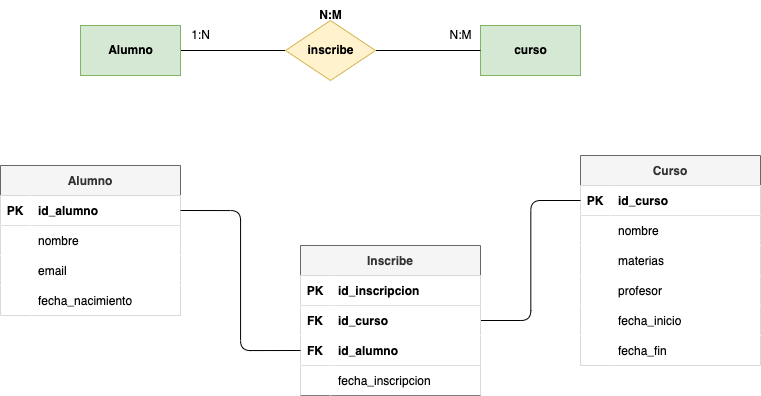
Before: tareas/tarea-3/images/ejercicio6.drawio.png, a diagram exported from draw.io (deylansystem/actividadesBAE). Source tidied: cells renumbered, new cells last; positions are measured from the earlier drawing's top-left corner, leaving out a move shared by most shapes. Its diagram source:
```xml
<mxGraphModel>
  <root>
    <mxCell id="0" />
    <mxCell id="1" parent="0" />
    <mxCell id="2" style="edgeStyle=none;html=1;exitX=1;exitY=0.5;exitDx=0;exitDy=0;entryX=0;entryY=0.5;entryDx=0;entryDy=0;endArrow=none;endFill=0;" parent="1" edge="1" source="3" target="6">
      <mxGeometry relative="1" as="geometry" />
    </mxCell>
    <mxCell id="3" value="&lt;b&gt;&lt;font color=&quot;#000000&quot;&gt;Alumno&lt;/font&gt;&lt;/b&gt;" style="html=1;dashed=0;whitespace=wrap;fillColor=#d5e8d4;strokeColor=#82b366;" parent="1" vertex="1">
      <mxGeometry x="80" y="25" width="100" height="50" as="geometry" />
    </mxCell>
    <mxCell id="4" value="&lt;b&gt;&lt;font color=&quot;#000000&quot;&gt;curso&lt;/font&gt;&lt;/b&gt;" style="html=1;dashed=0;whitespace=wrap;fillColor=#d5e8d4;strokeColor=#82b366;" parent="1" vertex="1">
      <mxGeometry x="480" y="25" width="100" height="50" as="geometry" />
    </mxCell>
    <mxCell id="5" style="edgeStyle=none;html=1;exitX=1;exitY=0.5;exitDx=0;exitDy=0;entryX=0;entryY=0.5;entryDx=0;entryDy=0;endArrow=none;endFill=0;" parent="1" edge="1" source="6" target="4">
      <mxGeometry relative="1" as="geometry" />
    </mxCell>
    <mxCell id="6" value="&lt;font color=&quot;#000000&quot;&gt;&lt;b&gt;inscribe&lt;/b&gt;&lt;/font&gt;" style="shape=rhombus;html=1;dashed=0;whitespace=wrap;perimeter=rhombusPerimeter;fillColor=#fff2cc;strokeColor=#d6b656;" parent="1" vertex="1">
      <mxGeometry x="285" y="20" width="90" height="60" as="geometry" />
    </mxCell>
    <mxCell id="7" value="&lt;b&gt;N:M&lt;/b&gt;" style="text;html=1;align=center;verticalAlign=middle;strokeColor=none;fillColor=none;" parent="1" vertex="1">
      <mxGeometry x="305" width="50" height="30" as="geometry" />
    </mxCell>
    <mxCell id="8" value="1:N" style="text;html=1;align=center;verticalAlign=middle;strokeColor=none;fillColor=none;" parent="1" vertex="1">
      <mxGeometry x="180" y="20" width="40" height="30" as="geometry" />
    </mxCell>
    <mxCell id="9" value="N:M" style="text;html=1;align=center;verticalAlign=middle;strokeColor=none;fillColor=none;" parent="1" vertex="1">
      <mxGeometry x="435" y="20" width="50" height="30" as="geometry" />
    </mxCell>
    <mxCell id="10" value="Alumno" style="shape=table;startSize=30;rowLines=0;fontStyle=1;align=center;fillColor=#f5f5f5;strokeColor=#666666;fontColor=#333333;" parent="1" vertex="1">
      <mxGeometry y="165" width="180" height="150" as="geometry" />
    </mxCell>
    <mxCell id="11" style="shape=tableRow;horizontal=0;startSize=0;swimlaneHead=0;swimlaneBody=0;fillColor=#FFFFFF;points=[[0,0.5],[1,0.5]];portConstraint=eastwest;top=0;left=0;right=0;bottom=1;fontColor=#000000;" parent="10" vertex="1">
      <mxGeometry y="30" width="180" height="30" as="geometry" />
    </mxCell>
    <mxCell id="12" value="PK" style="shape=partialRectangle;fillColor=#FFFFFF;top=0;left=0;bottom=0;right=0;fontStyle=1;overflow=hidden;fontColor=#000000;" parent="11" vertex="1">
      <mxGeometry width="30" height="30" as="geometry" />
    </mxCell>
    <mxCell id="13" value="id_alumno" style="shape=partialRectangle;fillColor=#FFFFFF;top=0;left=0;bottom=0;right=0;align=left;spacingLeft=6;fontStyle=1;overflow=hidden;fontColor=#000000;" parent="11" vertex="1">
      <mxGeometry x="30" width="150" height="30" as="geometry" />
    </mxCell>
    <mxCell id="14" style="shape=tableRow;horizontal=0;startSize=0;swimlaneHead=0;swimlaneBody=0;fillColor=#FFFFFF;top=0;left=0;right=0;bottom=0;fontColor=#000000;" parent="10" vertex="1">
      <mxGeometry y="60" width="180" height="30" as="geometry" />
    </mxCell>
    <mxCell id="15" style="shape=partialRectangle;fillColor=#FFFFFF;top=0;left=0;bottom=0;right=0;overflow=hidden;fontColor=#000000;" parent="14" vertex="1">
      <mxGeometry width="30" height="30" as="geometry" />
    </mxCell>
    <mxCell id="16" value="nombre" style="shape=partialRectangle;fillColor=#FFFFFF;top=0;left=0;bottom=0;right=0;align=left;spacingLeft=6;overflow=hidden;fontColor=#000000;" parent="14" vertex="1">
      <mxGeometry x="30" width="150" height="30" as="geometry" />
    </mxCell>
    <mxCell id="17" style="shape=tableRow;horizontal=0;startSize=0;swimlaneHead=0;swimlaneBody=0;fillColor=#FFFFFF;top=0;left=0;right=0;bottom=0;fontColor=#000000;" parent="10" vertex="1">
      <mxGeometry y="90" width="180" height="30" as="geometry" />
    </mxCell>
    <mxCell id="18" style="shape=partialRectangle;fillColor=#FFFFFF;top=0;left=0;bottom=0;right=0;overflow=hidden;fontColor=#000000;" parent="17" vertex="1">
      <mxGeometry width="30" height="30" as="geometry" />
    </mxCell>
    <mxCell id="19" value="email" style="shape=partialRectangle;fillColor=#FFFFFF;top=0;left=0;bottom=0;right=0;align=left;spacingLeft=6;overflow=hidden;fontColor=#000000;" parent="17" vertex="1">
      <mxGeometry x="30" width="150" height="30" as="geometry" />
    </mxCell>
    <mxCell id="20" style="shape=tableRow;horizontal=0;startSize=0;swimlaneHead=0;swimlaneBody=0;fillColor=#FFFFFF;top=0;left=0;right=0;bottom=0;fontColor=#000000;" parent="10" vertex="1">
      <mxGeometry y="120" width="180" height="30" as="geometry" />
    </mxCell>
    <mxCell id="21" style="shape=partialRectangle;fillColor=#FFFFFF;top=0;left=0;bottom=0;right=0;overflow=hidden;fontColor=#000000;" parent="20" vertex="1">
      <mxGeometry width="30" height="30" as="geometry" />
    </mxCell>
    <mxCell id="22" value="fecha_nacimiento" style="shape=partialRectangle;fillColor=#FFFFFF;top=0;left=0;bottom=0;right=0;align=left;spacingLeft=6;overflow=hidden;fontColor=#000000;" parent="20" vertex="1">
      <mxGeometry x="30" width="150" height="30" as="geometry" />
    </mxCell>
    <mxCell id="23" value="Curso" style="shape=table;startSize=30;rowLines=0;fontStyle=1;align=center;fillColor=#f5f5f5;strokeColor=#666666;fontColor=#333333;" parent="1" vertex="1">
      <mxGeometry x="580" y="155" width="180" height="210" as="geometry" />
    </mxCell>
    <mxCell id="24" style="shape=tableRow;horizontal=0;startSize=0;swimlaneHead=0;swimlaneBody=0;fillColor=#FFFFFF;points=[[0,0.5],[1,0.5]];portConstraint=eastwest;top=0;left=0;right=0;bottom=1;fontColor=#000000;" parent="23" vertex="1">
      <mxGeometry y="30" width="180" height="30" as="geometry" />
    </mxCell>
    <mxCell id="25" value="PK" style="shape=partialRectangle;fillColor=#FFFFFF;top=0;left=0;bottom=0;right=0;fontStyle=1;overflow=hidden;fontColor=#000000;" parent="24" vertex="1">
      <mxGeometry width="30" height="30" as="geometry" />
    </mxCell>
    <mxCell id="26" value="id_curso" style="shape=partialRectangle;fillColor=#FFFFFF;top=0;left=0;bottom=0;right=0;align=left;spacingLeft=6;fontStyle=1;overflow=hidden;fontColor=#000000;" parent="24" vertex="1">
      <mxGeometry x="30" width="150" height="30" as="geometry" />
    </mxCell>
    <mxCell id="27" style="shape=tableRow;horizontal=0;startSize=0;swimlaneHead=0;swimlaneBody=0;fillColor=#FFFFFF;top=0;left=0;right=0;bottom=0;fontColor=#000000;" parent="23" vertex="1">
      <mxGeometry y="60" width="180" height="30" as="geometry" />
    </mxCell>
    <mxCell id="28" style="shape=partialRectangle;fillColor=#FFFFFF;top=0;left=0;bottom=0;right=0;overflow=hidden;fontColor=#000000;" parent="27" vertex="1">
      <mxGeometry width="30" height="30" as="geometry" />
    </mxCell>
    <mxCell id="29" value="nombre" style="shape=partialRectangle;fillColor=#FFFFFF;top=0;left=0;bottom=0;right=0;align=left;spacingLeft=6;overflow=hidden;fontColor=#000000;" parent="27" vertex="1">
      <mxGeometry x="30" width="150" height="30" as="geometry" />
    </mxCell>
    <mxCell id="30" style="shape=tableRow;horizontal=0;startSize=0;swimlaneHead=0;swimlaneBody=0;fillColor=#FFFFFF;top=0;left=0;right=0;bottom=0;fontColor=#000000;" parent="23" vertex="1">
      <mxGeometry y="90" width="180" height="30" as="geometry" />
    </mxCell>
    <mxCell id="31" style="shape=partialRectangle;fillColor=#FFFFFF;top=0;left=0;bottom=0;right=0;overflow=hidden;fontColor=#000000;" parent="30" vertex="1">
      <mxGeometry width="30" height="30" as="geometry" />
    </mxCell>
    <mxCell id="32" value="materias" style="shape=partialRectangle;fillColor=#FFFFFF;top=0;left=0;bottom=0;right=0;align=left;spacingLeft=6;overflow=hidden;fontColor=#000000;" parent="30" vertex="1">
      <mxGeometry x="30" width="150" height="30" as="geometry" />
    </mxCell>
    <mxCell id="33" style="shape=tableRow;horizontal=0;startSize=0;swimlaneHead=0;swimlaneBody=0;fillColor=#FFFFFF;top=0;left=0;right=0;bottom=0;fontColor=#000000;" parent="23" vertex="1">
      <mxGeometry y="120" width="180" height="30" as="geometry" />
    </mxCell>
    <mxCell id="34" style="shape=partialRectangle;fillColor=#FFFFFF;top=0;left=0;bottom=0;right=0;overflow=hidden;fontColor=#000000;" parent="33" vertex="1">
      <mxGeometry width="30" height="30" as="geometry" />
    </mxCell>
    <mxCell id="35" value="profesor" style="shape=partialRectangle;fillColor=#FFFFFF;top=0;left=0;bottom=0;right=0;align=left;spacingLeft=6;overflow=hidden;fontColor=#000000;" parent="33" vertex="1">
      <mxGeometry x="30" width="150" height="30" as="geometry" />
    </mxCell>
    <mxCell id="36" style="shape=tableRow;horizontal=0;startSize=0;swimlaneHead=0;swimlaneBody=0;fillColor=#FFFFFF;top=0;left=0;right=0;bottom=0;fontColor=#000000;" parent="23" vertex="1">
      <mxGeometry y="150" width="180" height="30" as="geometry" />
    </mxCell>
    <mxCell id="37" style="shape=partialRectangle;fillColor=#FFFFFF;top=0;left=0;bottom=0;right=0;overflow=hidden;fontColor=#000000;" parent="36" vertex="1">
      <mxGeometry width="30" height="30" as="geometry" />
    </mxCell>
    <mxCell id="38" value="fecha_inicio" style="shape=partialRectangle;fillColor=#FFFFFF;top=0;left=0;bottom=0;right=0;align=left;spacingLeft=6;overflow=hidden;fontColor=#000000;" parent="36" vertex="1">
      <mxGeometry x="30" width="150" height="30" as="geometry" />
    </mxCell>
    <mxCell id="39" style="shape=tableRow;horizontal=0;startSize=0;swimlaneHead=0;swimlaneBody=0;fillColor=#FFFFFF;top=0;left=0;right=0;bottom=0;fontColor=#000000;" parent="23" vertex="1">
      <mxGeometry y="180" width="180" height="30" as="geometry" />
    </mxCell>
    <mxCell id="40" style="shape=partialRectangle;fillColor=#FFFFFF;top=0;left=0;bottom=0;right=0;overflow=hidden;fontColor=#000000;" parent="39" vertex="1">
      <mxGeometry width="30" height="30" as="geometry" />
    </mxCell>
    <mxCell id="41" value="fecha_fin" style="shape=partialRectangle;fillColor=#FFFFFF;top=0;left=0;bottom=0;right=0;align=left;spacingLeft=6;overflow=hidden;fontColor=#000000;" parent="39" vertex="1">
      <mxGeometry x="30" width="150" height="30" as="geometry" />
    </mxCell>
    <mxCell id="42" style="edgeStyle=elbowEdgeStyle;html=1;exitX=1;exitY=0.5;exitDx=0;exitDy=0;entryX=0;entryY=0.5;entryDx=0;entryDy=0;endArrow=none;endFill=0;" parent="1" edge="1" source="43" target="24">
      <mxGeometry relative="1" as="geometry" />
    </mxCell>
    <mxCell id="43" value="Inscribe" style="shape=table;startSize=30;rowLines=0;fontStyle=1;align=center;fillColor=#f5f5f5;strokeColor=#666666;fontColor=#333333;" parent="1" vertex="1">
      <mxGeometry x="300" y="245" width="180" height="150" as="geometry" />
    </mxCell>
    <mxCell id="44" style="shape=tableRow;horizontal=0;startSize=0;swimlaneHead=0;swimlaneBody=0;fillColor=#FFFFFF;top=0;left=0;right=0;bottom=1;fontColor=#000000;" parent="43" vertex="1">
      <mxGeometry y="30" width="180" height="30" as="geometry" />
    </mxCell>
    <mxCell id="45" value="PK" style="shape=partialRectangle;fillColor=#FFFFFF;top=0;left=0;bottom=0;right=0;fontStyle=1;overflow=hidden;fontColor=#000000;" parent="44" vertex="1">
      <mxGeometry width="30" height="30" as="geometry" />
    </mxCell>
    <mxCell id="46" value="id_inscripcion" style="shape=partialRectangle;fillColor=#FFFFFF;top=0;left=0;bottom=0;right=0;align=left;spacingLeft=6;fontStyle=1;overflow=hidden;fontColor=#000000;" parent="44" vertex="1">
      <mxGeometry x="30" width="150" height="30" as="geometry" />
    </mxCell>
    <mxCell id="47" style="shape=tableRow;horizontal=0;startSize=0;swimlaneHead=0;swimlaneBody=0;fillColor=#FFFFFF;top=0;left=0;right=0;bottom=0;fontColor=#000000;" parent="43" vertex="1">
      <mxGeometry y="60" width="180" height="30" as="geometry" />
    </mxCell>
    <mxCell id="48" value="FK" style="shape=partialRectangle;fillColor=#FFFFFF;top=0;left=0;bottom=0;right=0;overflow=hidden;fontColor=#000000;fontStyle=1;" parent="47" vertex="1">
      <mxGeometry width="30" height="30" as="geometry" />
    </mxCell>
    <mxCell id="49" value="id_curso" style="shape=partialRectangle;fillColor=#FFFFFF;top=0;left=0;bottom=0;right=0;align=left;spacingLeft=6;overflow=hidden;fontColor=#000000;fontStyle=1;" parent="47" vertex="1">
      <mxGeometry x="30" width="150" height="30" as="geometry" />
    </mxCell>
    <mxCell id="50" style="shape=tableRow;horizontal=0;startSize=0;swimlaneHead=0;swimlaneBody=0;fillColor=#FFFFFF;points=[[0,0.5],[1,0.5]];portConstraint=eastwest;top=0;left=0;right=0;bottom=1;fontColor=#000000;" parent="43" vertex="1">
      <mxGeometry y="90" width="180" height="30" as="geometry" />
    </mxCell>
    <mxCell id="51" value="FK" style="shape=partialRectangle;fillColor=#FFFFFF;top=0;left=0;bottom=0;right=0;fontStyle=1;overflow=hidden;fontColor=#000000;" parent="50" vertex="1">
      <mxGeometry width="30" height="30" as="geometry" />
    </mxCell>
    <mxCell id="52" value="id_alumno" style="shape=partialRectangle;fillColor=#FFFFFF;top=0;left=0;bottom=0;right=0;align=left;spacingLeft=6;fontStyle=1;overflow=hidden;fontColor=#000000;" parent="50" vertex="1">
      <mxGeometry x="30" width="150" height="30" as="geometry" />
    </mxCell>
    <mxCell id="53" style="shape=tableRow;horizontal=0;startSize=0;swimlaneHead=0;swimlaneBody=0;fillColor=#FFFFFF;top=0;left=0;right=0;bottom=1;fontColor=#000000;" parent="43" vertex="1">
      <mxGeometry y="120" width="180" height="30" as="geometry" />
    </mxCell>
    <mxCell id="54" style="shape=partialRectangle;fillColor=#FFFFFF;top=0;left=0;bottom=0;right=0;fontStyle=1;overflow=hidden;fontColor=#000000;" parent="53" vertex="1">
      <mxGeometry width="30" height="30" as="geometry" />
    </mxCell>
    <mxCell id="55" value="fecha_inscripcion" style="shape=partialRectangle;fillColor=#FFFFFF;top=0;left=0;bottom=0;right=0;align=left;spacingLeft=6;fontStyle=0;overflow=hidden;fontColor=#000000;" parent="53" vertex="1">
      <mxGeometry x="30" width="150" height="30" as="geometry" />
    </mxCell>
    <mxCell id="56" style="edgeStyle=orthogonalEdgeStyle;html=1;exitX=1;exitY=0.5;exitDx=0;exitDy=0;entryX=0;entryY=0.5;entryDx=0;entryDy=0;endArrow=none;endFill=0;" parent="1" edge="1" source="11" target="50">
      <mxGeometry relative="1" as="geometry" />
    </mxCell>
  </root>
</mxGraphModel>
```
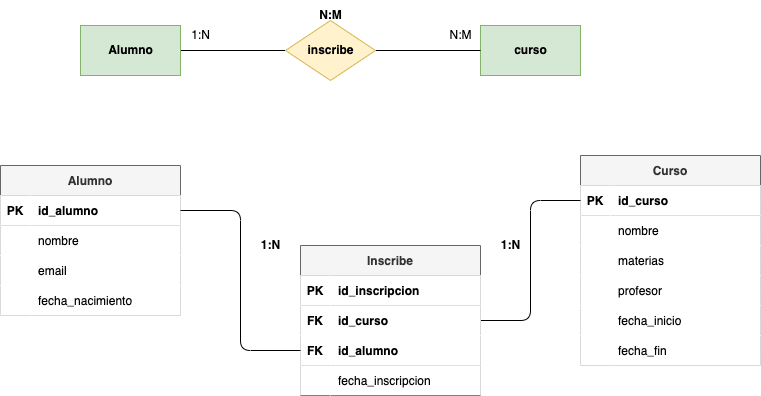
After the change.

Diff of the diagram source:
```diff
@@ -167,5 +167,11 @@
     <mxCell id="56" style="edgeStyle=orthogonalEdgeStyle;html=1;exitX=1;exitY=0.5;exitDx=0;exitDy=0;entryX=0;entryY=0.5;entryDx=0;entryDy=0;endArrow=none;endFill=0;" parent="1" edge="1" source="11" target="50">
       <mxGeometry relative="1" as="geometry" />
     </mxCell>
+    <mxCell id="57" value="1:N" style="text;html=1;align=center;verticalAlign=middle;strokeColor=none;fillColor=none;fontStyle=1;" parent="1" vertex="1">
+      <mxGeometry x="250" y="230" width="40" height="30" as="geometry" />
+    </mxCell>
+    <mxCell id="58" value="1:N" style="text;html=1;align=center;verticalAlign=middle;strokeColor=none;fillColor=none;fontStyle=1;" parent="1" vertex="1">
+      <mxGeometry x="490" y="230" width="40" height="30" as="geometry" />
+    </mxCell>
   </root>
 </mxGraphModel>
```
